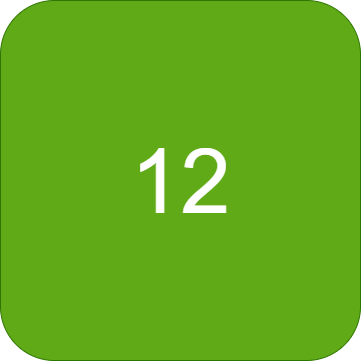
Before: Rush Hour Main/assets/MapButtons/12(B).png, a diagram exported from draw.io (zintom69/Game-Rush-Hour). Source tidied: cells renumbered, new cells last; positions are measured from the earlier drawing's top-left corner, leaving out a move shared by most shapes.
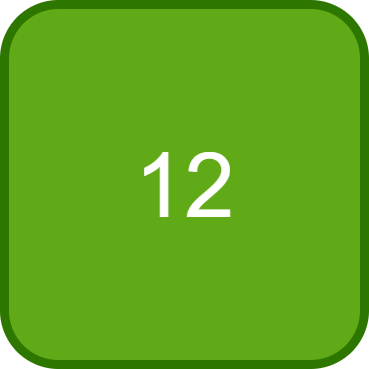
Later version of the same file.

Change to the diagram source:
```diff
@@ -2,7 +2,7 @@
   <root>
     <mxCell id="0" />
     <mxCell id="1" parent="0" />
-    <mxCell id="2" value="&lt;span style=&quot;font-size: 90px;&quot;&gt;12&lt;/span&gt;" style="rounded=1;whiteSpace=wrap;html=1;fillColor=#60a917;fontColor=#ffffff;strokeColor=#2D7600;" parent="1" vertex="1">
+    <mxCell id="2" value="&lt;span style=&quot;font-size: 90px;&quot;&gt;12&lt;/span&gt;" style="rounded=1;whiteSpace=wrap;html=1;strokeWidth=9;fillColor=#60a917;fontColor=#ffffff;strokeColor=#2D7600;" parent="1" vertex="1">
       <mxGeometry width="360" height="360" as="geometry" />
     </mxCell>
   </root>
```
